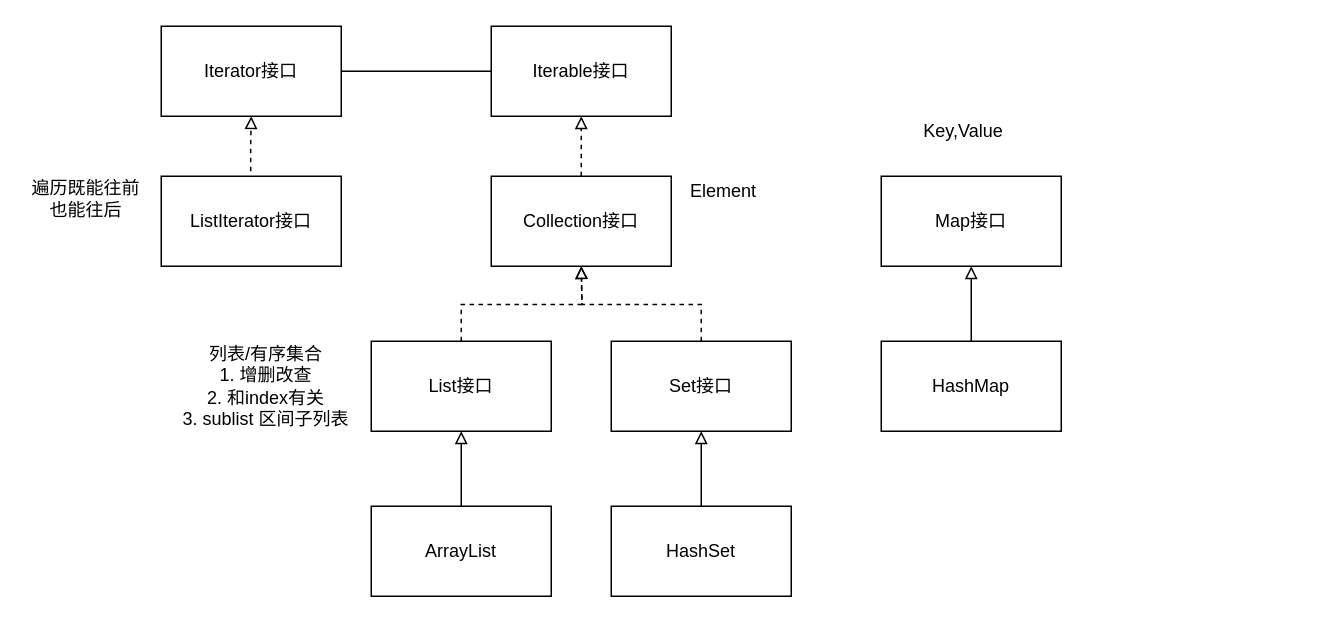
The draw.io diagram collections.drawio in zhangge208/LearningJava, before the edit. Source tidied: cells renumbered, new cells numbered last; positions are measured from the earlier drawing's top-left corner, leaving out a move shared by most shapes. Both pictures are drawn from the tidied source at 150%, with x=0, y=0 at pixel (26, 26).
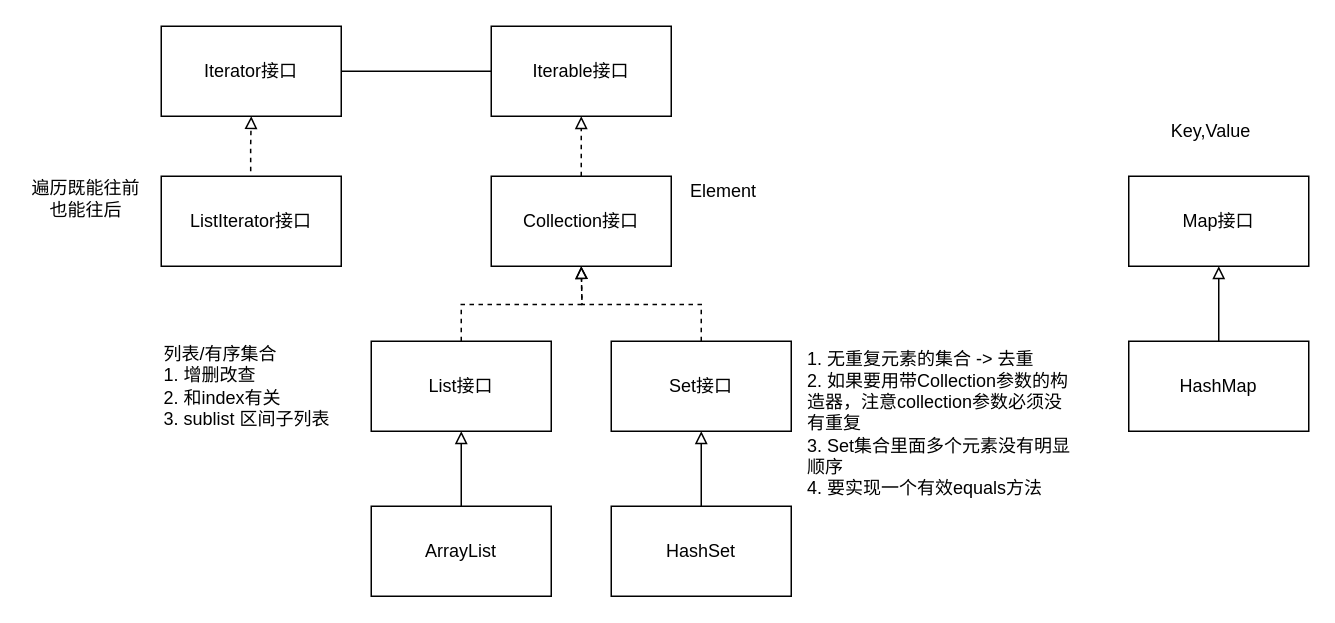
The same diagram, later.

Diff of the diagram source:
```diff
@@
     <mxCell id="4" value="Map接口" style="rounded=0;whiteSpace=wrap;html=1;" parent="1" vertex="1">
-      <mxGeometry x="570" y="100" width="120" height="60" as="geometry" />
+      <mxGeometry x="735" y="100" width="120" height="60" as="geometry" />
     </mxCell>
@@
     <mxCell id="6" value="Key,Value" style="text;html=1;strokeColor=none;fillColor=none;align=center;verticalAlign=middle;whiteSpace=wrap;rounded=0;" parent="1" vertex="1">
-      <mxGeometry x="590" y="60" width="70" height="20" as="geometry" />
+      <mxGeometry x="755" y="60" width="70" height="20" as="geometry" />
     </mxCell>
@@
     <mxCell id="10" value="HashMap" style="rounded=0;whiteSpace=wrap;html=1;" parent="1" vertex="1">
-      <mxGeometry x="570" y="210" width="120" height="60" as="geometry" />
+      <mxGeometry x="735" y="210" width="120" height="60" as="geometry" />
     </mxCell>
@@
-    <mxCell id="20" value="列表/有序集合&lt;br&gt;1. 增删改查&lt;br&gt;2. 和index有关&lt;br&gt;3. sublist 区间子列表" style="text;html=1;strokeColor=none;fillColor=none;align=center;verticalAlign=middle;whiteSpace=wrap;rounded=0;" parent="1" vertex="1">
+    <mxCell id="20" value="列表/有序集合&lt;br&gt;1. 增删改查&lt;br&gt;2. 和index有关&lt;br&gt;3. sublist 区间子列表" style="text;html=1;strokeColor=none;fillColor=none;align=left;verticalAlign=middle;whiteSpace=wrap;rounded=0;" parent="1" vertex="1">
       <mxGeometry x="90" y="215" width="140" height="50" as="geometry" />
     </mxCell>
@@
+    <mxCell id="24" value="&lt;p style=&quot;text-align: left;&quot;&gt;&lt;font style=&quot;font-size: 12px;&quot;&gt;&lt;span style=&quot;background-color: initial;&quot;&gt;1. 无重复元素的集合 -&amp;gt; 去重&lt;br&gt;&lt;/span&gt;&lt;span style=&quot;background-color: initial;&quot;&gt;2. 如果要用带Collection参数的构造器，注意collection参数必须没有重复&lt;br&gt;&lt;/span&gt;&lt;span style=&quot;background-color: initial;&quot;&gt;3. Set集合里面多个元素没有明显顺序&lt;br&gt;&lt;/span&gt;&lt;span style=&quot;background-color: initial;&quot;&gt;4. 要实现一个有效equals方法&lt;/span&gt;&lt;/font&gt;&lt;/p&gt;" style="text;html=1;strokeColor=none;fillColor=none;align=center;verticalAlign=middle;whiteSpace=wrap;rounded=0;" parent="1" vertex="1">
+      <mxGeometry x="520" y="210" width="180" height="110" as="geometry" />
+    </mxCell>
```
